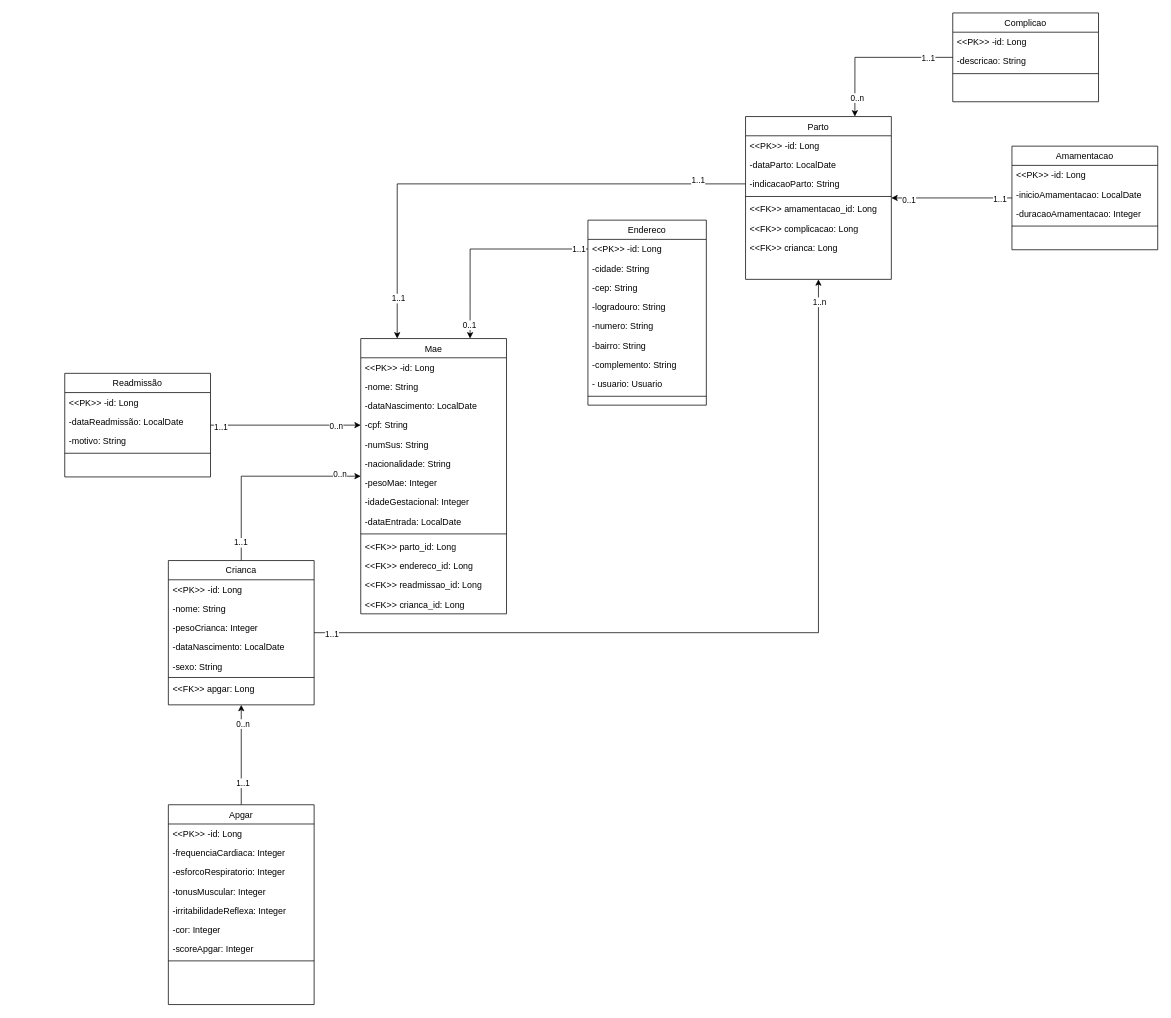
Before: neonatal - diagrama de classe.drawio in Emerson66/hminsn, a draw.io diagram. Source tidied: cells renumbered, new cells numbered last; positions are measured from the earlier drawing's top-left corner, leaving out a move shared by most shapes. Both pictures are drawn from the tidied source at 74%, with x=0, y=0 at pixel (64, 13).
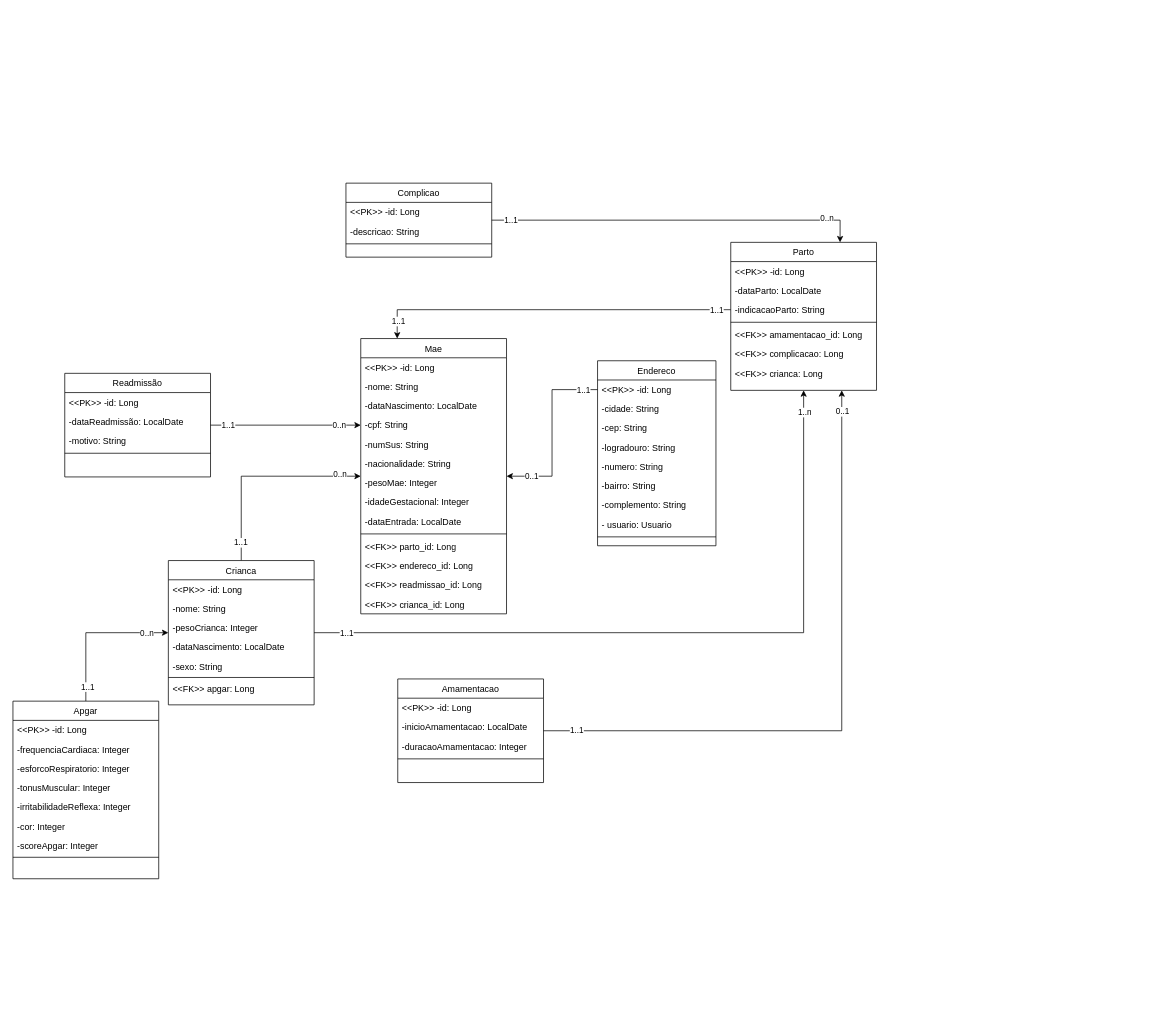
The same diagram, later.

The change refers to these unchanged cells:
```xml
<mxCell id="5" value="Mae" style="swimlane;fontStyle=0;align=center;verticalAlign=top;horizontal=1;startSize=26;rounded=0;shadow=0;strokeWidth=1;" parent="1" vertex="1">
  <mxGeometry x="400" y="440" width="197" height="372" as="geometry" />
</mxCell>
<mxCell id="21" value="&lt;&lt;PK&gt;&gt; -id: Long   " style="text;align=left;verticalAlign=top;spacingLeft=4;spacingRight=4;overflow=hidden;points=[[0,0.5],[1,0.5]];portConstraint=eastwest;" parent="20" vertex="1">
  <mxGeometry y="26" width="160" height="26" as="geometry" />
</mxCell>
<mxCell id="41" style="edgeStyle=orthogonalEdgeStyle;rounded=0;jettySize=auto;html=1;entryX=0.25;entryY=0;entryDx=0;entryDy=0;" parent="1" edge="1" source="36" target="5">
  <mxGeometry relative="1" as="geometry" />
</mxCell>
<mxCell id="44" style="edgeStyle=orthogonalEdgeStyle;rounded=0;jettySize=auto;html=1;entryX=0.75;entryY=0;entryDx=0;entryDy=0;" parent="1" edge="1" source="47" target="33">
  <mxGeometry relative="1" as="geometry" />
</mxCell>
<mxCell id="59" style="edgeStyle=orthogonalEdgeStyle;rounded=0;jettySize=auto;html=1;entryX=0;entryY=0.5;entryDx=0;entryDy=0;" parent="1" edge="1" source="62" target="9">
  <mxGeometry relative="1" as="geometry" />
</mxCell>
<mxCell id="67" style="edgeStyle=orthogonalEdgeStyle;rounded=0;jettySize=auto;html=1;" parent="1" edge="1" source="73" target="33">
  <mxGeometry relative="1" as="geometry" />
</mxCell>
<mxCell id="70" style="edgeStyle=orthogonalEdgeStyle;rounded=0;jettySize=auto;html=1;entryX=0.5;entryY=0;entryDx=0;entryDy=0;endArrow=none;endFill=0;startArrow=classic;startFill=1;" parent="1" edge="1" source="73" target="81">
  <mxGeometry relative="1" as="geometry" />
</mxCell>
```

Change to the diagram source:
```diff
@@
     <mxCell id="20" value="Endereco" style="swimlane;fontStyle=0;align=center;verticalAlign=top;horizontal=1;startSize=26;rounded=0;shadow=0;strokeWidth=1;" parent="1" vertex="1">
-      <mxGeometry x="707" y="280" width="160" height="250" as="geometry" />
+      <mxGeometry x="720" y="470" width="160" height="250" as="geometry" />
     </mxCell>
@@
-    <mxCell id="30" style="edgeStyle=orthogonalEdgeStyle;rounded=0;jettySize=auto;html=1;exitX=0;exitY=0.5;exitDx=0;exitDy=0;entryX=0.75;entryY=0;entryDx=0;entryDy=0;" parent="1" edge="1" source="21" target="5">
+    <mxCell id="30" style="edgeStyle=orthogonalEdgeStyle;rounded=0;jettySize=auto;html=1;exitX=0;exitY=0.5;exitDx=0;exitDy=0;" parent="1" edge="1" source="21" target="5">
       <mxGeometry relative="1" as="geometry" />
     </mxCell>
     <mxCell id="31" value="1..1" style="edgeLabel;html=1;align=center;verticalAlign=middle;" parent="30" vertex="1">
-      <mxGeometry x="-0.91" relative="1" as="geometry" />
+      <mxGeometry x="-0.91" relative="1" as="geometry">
+        <mxPoint x="-9" as="offset" />
+      </mxGeometry>
     </mxCell>
     <mxCell id="32" value="0..1" style="edgeLabel;html=1;align=center;verticalAlign=middle;" parent="30" vertex="1">
-      <mxGeometry x="0.87" y="-1" relative="1" as="geometry" />
+      <mxGeometry x="0.87" y="-1" relative="1" as="geometry">
+        <mxPoint x="17" as="offset" />
+      </mxGeometry>
     </mxCell>
     <mxCell id="33" value="Parto" style="swimlane;fontStyle=0;align=center;verticalAlign=top;horizontal=1;startSize=26;rounded=0;shadow=0;strokeWidth=1;" parent="1" vertex="1">
-      <mxGeometry x="920" y="140" width="197" height="220" as="geometry" />
+      <mxGeometry x="900" y="310" width="197" height="200" as="geometry" />
     </mxCell>
@@
     <mxCell id="42" value="1..1" style="edgeLabel;html=1;align=center;verticalAlign=middle;" parent="41" vertex="1">
-      <mxGeometry x="-0.81" y="-3" relative="1" as="geometry">
-        <mxPoint y="-3" as="offset" />
+      <mxGeometry relative="1" as="geometry">
+        <mxPoint x="225" as="offset" />
       </mxGeometry>
     </mxCell>
     <mxCell id="43" value="1..1" style="edgeLabel;html=1;align=center;verticalAlign=middle;" parent="41" vertex="1">
       <mxGeometry x="0.84" y="4" relative="1" as="geometry">
-        <mxPoint x="-3" as="offset" />
+        <mxPoint x="-3" y="15" as="offset" />
       </mxGeometry>
     </mxCell>
@@
     <mxCell id="45" value="1..1" style="edgeLabel;html=1;align=center;verticalAlign=middle;" parent="44" vertex="1">
       <mxGeometry x="-0.69" y="1" relative="1" as="geometry">
-        <mxPoint x="-1" as="offset" />
+        <mxPoint x="-53" as="offset" />
       </mxGeometry>
     </mxCell>
     <mxCell id="46" value="0..n" style="edgeLabel;html=1;align=center;verticalAlign=middle;" parent="44" vertex="1">
-      <mxGeometry x="0.76" y="3" relative="1" as="geometry" />
+      <mxGeometry x="0.76" y="3" relative="1" as="geometry">
+        <mxPoint x="11" as="offset" />
+      </mxGeometry>
     </mxCell>
     <mxCell id="47" value="Complicao" style="swimlane;fontStyle=0;align=center;verticalAlign=top;horizontal=1;startSize=26;rounded=0;shadow=0;strokeWidth=1;" parent="1" vertex="1">
-      <mxGeometry x="1200" width="197" height="120" as="geometry" />
+      <mxGeometry x="380" y="230" width="197" height="100" as="geometry" />
     </mxCell>
@@
     <mxCell id="51" style="edgeStyle=orthogonalEdgeStyle;rounded=0;jettySize=auto;html=1;" parent="1" edge="1" source="54" target="33">
-      <mxGeometry relative="1" as="geometry" />
+      <mxGeometry relative="1" as="geometry">
+        <Array as="points">
+          <mxPoint x="1050" y="970" />
+        </Array>
+      </mxGeometry>
     </mxCell>
     <mxCell id="52" value="0..1" style="edgeLabel;html=1;align=center;verticalAlign=middle;" parent="51" vertex="1">
       <mxGeometry x="0.71" y="2" relative="1" as="geometry">
-        <mxPoint x="-1" as="offset" />
+        <mxPoint x="2" y="-97" as="offset" />
       </mxGeometry>
     </mxCell>
     <mxCell id="53" value="1..1" style="edgeLabel;html=1;align=center;verticalAlign=middle;" parent="51" vertex="1">
       <mxGeometry x="-0.78" y="1" relative="1" as="geometry">
-        <mxPoint x="1" as="offset" />
+        <mxPoint x="-51" as="offset" />
       </mxGeometry>
     </mxCell>
     <mxCell id="54" value="Amamentacao" style="swimlane;fontStyle=0;align=center;verticalAlign=top;horizontal=1;startSize=26;rounded=0;shadow=0;strokeWidth=1;" parent="1" vertex="1">
-      <mxGeometry x="1280" y="180" width="197" height="140" as="geometry" />
+      <mxGeometry x="450" y="900" width="197" height="140" as="geometry" />
     </mxCell>
@@
     <mxCell id="60" value="1..1" style="edgeLabel;html=1;align=center;verticalAlign=middle;" parent="59" vertex="1">
-      <mxGeometry x="-0.87" y="-2" relative="1" as="geometry" />
+      <mxGeometry relative="1" as="geometry">
+        <mxPoint x="-79" as="offset" />
+      </mxGeometry>
     </mxCell>
     <mxCell id="61" value="0..n" style="edgeLabel;html=1;align=center;verticalAlign=middle;" parent="59" vertex="1">
-      <mxGeometry x="0.66" y="-1" relative="1" as="geometry">
-        <mxPoint x="1" as="offset" />
+      <mxGeometry relative="1" as="geometry">
+        <mxPoint x="71" as="offset" />
       </mxGeometry>
     </mxCell>
@@
     <mxCell id="68" value="1..1" style="edgeLabel;html=1;align=center;verticalAlign=middle;" parent="67" vertex="1">
-      <mxGeometry x="-0.79" y="2" relative="1" as="geometry">
-        <mxPoint x="-99" y="4" as="offset" />
+      <mxGeometry relative="1" as="geometry">
+        <mxPoint x="-452" as="offset" />
       </mxGeometry>
     </mxCell>
     <mxCell id="69" value="1..n" style="edgeLabel;html=1;align=center;verticalAlign=middle;" parent="67" vertex="1">
       <mxGeometry x="0.7" y="-2" relative="1" as="geometry">
-        <mxPoint x="-1" y="-144" as="offset" />
+        <mxPoint x="-1" y="-119" as="offset" />
       </mxGeometry>
     </mxCell>
@@
     <mxCell id="71" value="0..n" style="edgeLabel;html=1;align=center;verticalAlign=middle;" parent="70" vertex="1">
       <mxGeometry relative="1" as="geometry">
-        <mxPoint x="2" y="-43" as="offset" />
+        <mxPoint x="72" as="offset" />
       </mxGeometry>
     </mxCell>
     <mxCell id="72" value="1..1" style="edgeLabel;html=1;align=center;verticalAlign=middle;fillOpacity=100;rotation=0;" parent="70" vertex="1">
       <mxGeometry relative="1" as="geometry">
-        <mxPoint x="2" y="37" as="offset" />
+        <mxPoint x="-8" y="73" as="offset" />
       </mxGeometry>
     </mxCell>
@@
     <mxCell id="81" value="Apgar" style="swimlane;fontStyle=0;align=center;verticalAlign=top;horizontal=1;startSize=26;rounded=0;shadow=0;strokeWidth=1;" parent="1" vertex="1">
-      <mxGeometry x="140" y="1070" width="197" height="270" as="geometry" />
+      <mxGeometry x="-70" y="930" width="197" height="240" as="geometry" />
     </mxCell>
```
